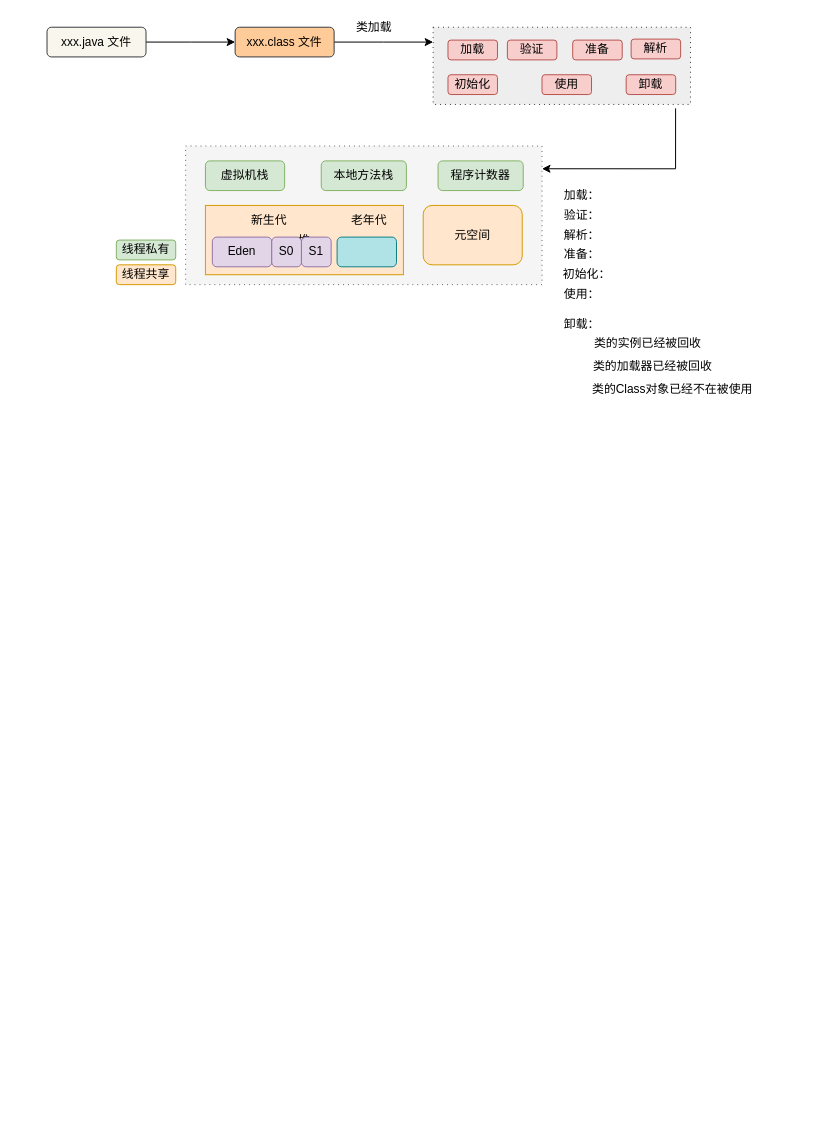
Before: page "原理知识" (1 of 2) of JVM.drawio in topyuluo/photo-project, a draw.io diagram. Source tidied: cells renumbered, new cells numbered last; positions are measured from the earlier drawing's top-left corner, leaving out a move shared by most shapes. Both pictures are drawn from the tidied source at 99%, with x=0, y=0 at pixel (47, 17).
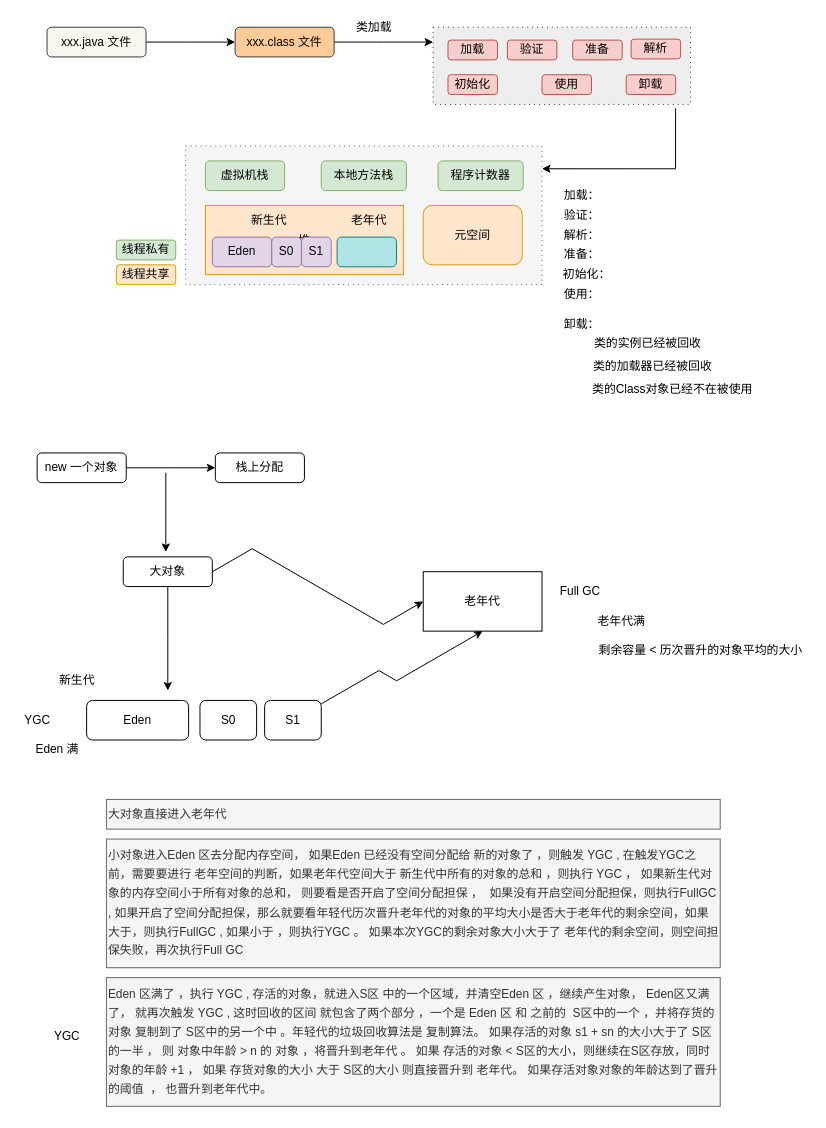
Above is the later version.

What changed in the source:
```diff
@@
+    <mxCell id="41" style="edgeStyle=orthogonalEdgeStyle;rounded=0;jettySize=auto;html=1;exitX=1;exitY=0.5;exitDx=0;exitDy=0;" parent="1" edge="1" source="42">
+      <mxGeometry relative="1" as="geometry">
+        <mxPoint x="170" y="455" as="targetPoint" />
+      </mxGeometry>
+    </mxCell>
+    <mxCell id="42" value="new 一个对象" style="rounded=1;whiteSpace=wrap;html=1;" parent="1" vertex="1">
+      <mxGeometry x="-10" y="440" width="90" height="30" as="geometry" />
+    </mxCell>
+    <mxCell id="43" value="栈上分配" style="rounded=1;whiteSpace=wrap;html=1;" parent="1" vertex="1">
+      <mxGeometry x="170" y="440" width="90" height="30" as="geometry" />
+    </mxCell>
+    <mxCell id="44" style="endArrow=classic;html=1;" parent="1" edge="1">
+      <mxGeometry relative="1" as="geometry">
+        <mxPoint x="120" y="460" as="sourcePoint" />
+        <mxPoint x="120" y="540" as="targetPoint" />
+      </mxGeometry>
+    </mxCell>
+    <mxCell id="45" style="edgeStyle=orthogonalEdgeStyle;rounded=0;jettySize=auto;html=1;exitX=0.5;exitY=1;exitDx=0;exitDy=0;" parent="1" edge="1" source="47">
+      <mxGeometry relative="1" as="geometry">
+        <mxPoint x="122" y="680" as="targetPoint" />
+      </mxGeometry>
+    </mxCell>
+    <mxCell id="46" style="edgeStyle=isometricEdgeStyle;rounded=0;jettySize=auto;html=1;exitX=1;exitY=0.5;exitDx=0;exitDy=0;entryX=0;entryY=0.5;entryDx=0;entryDy=0;" parent="1" edge="1" source="47" target="48">
+      <mxGeometry relative="1" as="geometry" />
+    </mxCell>
+    <mxCell id="47" value="大对象" style="rounded=1;whiteSpace=wrap;html=1;" parent="1" vertex="1">
+      <mxGeometry x="77" y="545" width="90" height="30" as="geometry" />
+    </mxCell>
+    <mxCell id="48" value="老年代" style="rounded=0;whiteSpace=wrap;html=1;" parent="1" vertex="1">
+      <mxGeometry x="380" y="560" width="120" height="60" as="geometry" />
+    </mxCell>
+    <mxCell id="49" value="新生代" style="text;html=1;align=center;verticalAlign=middle;strokeColor=none;" parent="1" vertex="1">
+      <mxGeometry x="5" y="660" width="50" height="20" as="geometry" />
+    </mxCell>
+    <mxCell id="50" value="大对象直接进入老年代" style="text;html=1;strokeColor=#666666;fillColor=#f5f5f5;align=left;verticalAlign=middle;whiteSpace=wrap;rounded=0;fontColor=#333333;" parent="1" vertex="1">
+      <mxGeometry x="60" y="790" width="620" height="30" as="geometry" />
+    </mxCell>
+    <mxCell id="51" value="&lt;p style=&quot;line-height: 160%&quot;&gt;小对象进入Eden 区去分配内存空间， 如果Eden 已经没有空间分配给 新的对象了 ，则触发 YGC , 在触发YGC之前，需要要进行 老年空间的判断，如果老年代空间大于 新生代中所有的对象的总和 ，则执行 YGC ， 如果新生代对象的内存空间小于所有对象的总和， 则要看是否开启了空间分配担保 ，&amp;nbsp; 如果没有开启空间分配担保，则执行FullGC , 如果开启了空间分配担保，那么就要看年轻代历次晋升老年代的对象的平均大小是否大于老年代的剩余空间，如果大于，则执行FullGC , 如果小于 ，则执行YGC 。 如果本次YGC的剩余对象大小大于了 老年代的剩余空间，则空间担保失败，再次执行Full GC&amp;nbsp;&lt;/p&gt;" style="text;html=1;strokeColor=#666666;fillColor=#f5f5f5;align=left;verticalAlign=middle;whiteSpace=wrap;rounded=0;fontColor=#333333;" parent="1" vertex="1">
+      <mxGeometry x="60" y="830" width="620" height="130" as="geometry" />
+    </mxCell>
+    <mxCell id="52" style="group;" parent="1" vertex="1">
+      <mxGeometry x="40" y="690" width="237" height="40" as="geometry" />
+    </mxCell>
+    <mxCell id="53" value="Eden" style="rounded=1;whiteSpace=wrap;html=1;" parent="52" vertex="1">
+      <mxGeometry width="103" height="40" as="geometry" />
+    </mxCell>
+    <mxCell id="54" value="S0" style="rounded=1;whiteSpace=wrap;html=1;" parent="52" vertex="1">
+      <mxGeometry x="114.5" width="57.2" height="40" as="geometry" />
+    </mxCell>
+    <mxCell id="55" value="S1" style="rounded=1;whiteSpace=wrap;html=1;" parent="52" vertex="1">
+      <mxGeometry x="179.8" width="57.2" height="40" as="geometry" />
+    </mxCell>
+    <mxCell id="56" style="edgeStyle=isometricEdgeStyle;rounded=0;jettySize=auto;html=1;entryX=0.5;entryY=1;entryDx=0;entryDy=0;" parent="1" edge="1" source="55" target="48">
+      <mxGeometry relative="1" as="geometry" />
+    </mxCell>
+    <mxCell id="57" value="&lt;p style=&quot;line-height: 160%&quot;&gt;Eden 区满了 ，执行 YGC , 存活的对象，就进入S区 中的一个区域，并清空Eden 区 ，继续产生对象， Eden区又满了， 就再次触发 YGC , 这时回收的区间 就包含了两个部分 ，一个是 Eden 区 和 之前的&amp;nbsp; S区中的一个 ，并将存货的对象 复制到了 S区中的另一个中 。年轻代的垃圾回收算法是 复制算法。 如果存活的对象 s1 + sn 的大小大于了 S区的一半 ， 则 对象中年龄 &amp;gt; n 的 对象 ，将晋升到老年代 。 如果 存活的对象 &amp;lt; S区的大小，则继续在S区存放，同时对象的年龄 +1 ， 如果 存货对象的大小 大于 S区的大小 则直接晋升到 老年代。 如果存活对象对象的年龄达到了晋升的阈值&amp;nbsp; ， 也晋升到老年代中。&lt;/p&gt;" style="text;html=1;strokeColor=#666666;fillColor=#f5f5f5;align=left;verticalAlign=middle;whiteSpace=wrap;rounded=0;fontColor=#333333;" parent="1" vertex="1">
+      <mxGeometry x="60" y="970" width="620" height="130" as="geometry" />
+    </mxCell>
+    <mxCell id="58" value="YGC" style="text;html=1;align=center;verticalAlign=middle;strokeColor=none;" parent="1" vertex="1">
+      <mxGeometry y="1020" width="40" height="20" as="geometry" />
+    </mxCell>
+    <mxCell id="59" value="Full GC&amp;nbsp;" style="text;html=1;align=center;verticalAlign=middle;strokeColor=none;" parent="1" vertex="1">
+      <mxGeometry x="510" y="570" width="60" height="20" as="geometry" />
+    </mxCell>
+    <mxCell id="60" value="老年代满" style="text;html=1;align=center;verticalAlign=middle;strokeColor=none;" parent="1" vertex="1">
+      <mxGeometry x="550" y="600" width="60" height="20" as="geometry" />
+    </mxCell>
+    <mxCell id="61" value="剩余容量 &amp;lt; 历次晋升的对象平均的大小" style="text;html=1;align=center;verticalAlign=middle;strokeColor=none;" parent="1" vertex="1">
+      <mxGeometry x="550" y="630" width="220" height="20" as="geometry" />
+    </mxCell>
+    <mxCell id="62" value="YGC" style="text;html=1;align=center;verticalAlign=middle;strokeColor=none;" parent="1" vertex="1">
+      <mxGeometry x="-30" y="700" width="40" height="20" as="geometry" />
+    </mxCell>
+    <mxCell id="63" value="Eden 满" style="text;html=1;align=center;verticalAlign=middle;strokeColor=none;" parent="1" vertex="1">
+      <mxGeometry x="-20" y="730" width="60" height="20" as="geometry" />
+    </mxCell>
```
